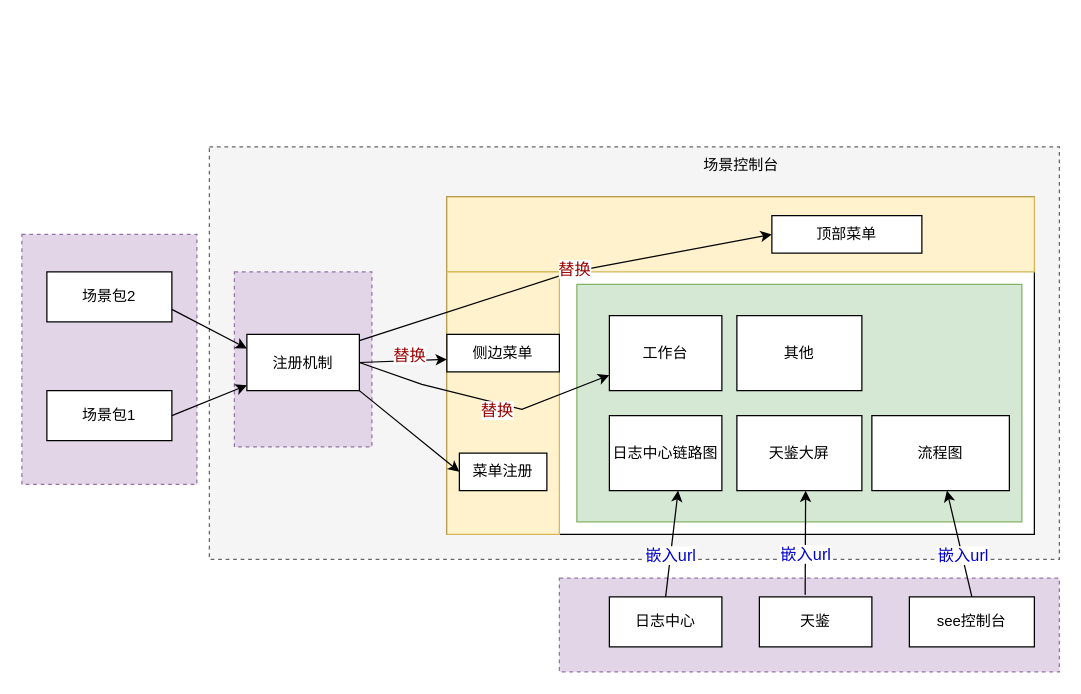
This is 未命名绘图.drawio from HeyXml/draw.io, a draw.io file, before an edit. Source tidied: cells renumbered, new cells numbered last; positions are measured from the earlier drawing's top-left corner, leaving out a move shared by most shapes. Both pictures are drawn from the tidied source at 125%, with x=0, y=0 at pixel (21, 146).
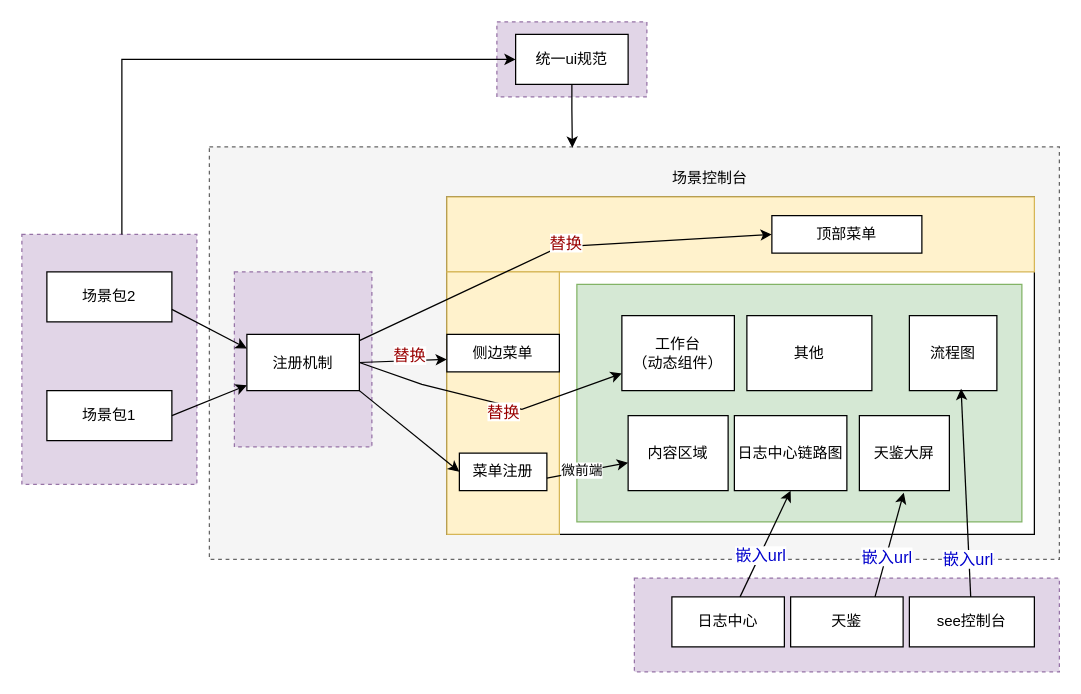
After the change.

Commit message:
更新未命名绘图.drawio

The change refers to these unchanged cells:
```xml
<mxCell id="2" style="rounded=0;whiteSpace=wrap;html=1;fillColor=#f5f5f5;strokeColor=#666666;dashed=1;fontColor=#333333;" parent="1" vertex="1">
  <mxGeometry x="150" width="680" height="330" as="geometry" />
</mxCell>
<mxCell id="7" style="rounded=0;whiteSpace=wrap;html=1;fillColor=#fff2cc;strokeColor=#d6b656;" parent="1" vertex="1">
  <mxGeometry x="340" y="40" width="470" height="60" as="geometry" />
</mxCell>
<mxCell id="27" value="see控制台" style="rounded=0;whiteSpace=wrap;html=1;" parent="1" vertex="1">
  <mxGeometry x="710" y="360" width="100" height="40" as="geometry" />
</mxCell>
```

Diff of the diagram source:
```diff
@@
+    <mxCell id="40" style="rounded=0;whiteSpace=wrap;html=1;dashed=1;fillColor=#e1d5e7;strokeColor=#9673a6;" parent="1" vertex="1">
+      <mxGeometry x="380" y="-100" width="120" height="60" as="geometry" />
+    </mxCell>
@@
     <mxCell id="3" style="rounded=0;whiteSpace=wrap;html=1;fillColor=#e1d5e7;strokeColor=#9673a6;dashed=1;" parent="1" vertex="1">
-      <mxGeometry x="430" y="345" width="400" height="75" as="geometry" />
+      <mxGeometry x="490" y="345" width="340" height="75" as="geometry" />
     </mxCell>
@@
     <mxCell id="15" style="endArrow=classic;html=1;rounded=0;exitX=0.5;exitY=1;exitDx=0;exitDy=0;entryX=0.553;entryY=0.5;entryDx=0;entryDy=0;entryPerimeter=0;" parent="1" edge="1" target="7">
       <mxGeometry relative="1" as="geometry">
         <mxPoint x="270" y="155" as="sourcePoint" />
         <Array as="points">
-          <mxPoint x="440" y="100" />
+          <mxPoint x="430" y="80" />
         </Array>
       </mxGeometry>
     </mxCell>
@@
-    <mxCell id="20" value="工作台" style="rounded=0;whiteSpace=wrap;html=1;" parent="1" vertex="1">
-      <mxGeometry x="470" y="135" width="90" height="60" as="geometry" />
+    <mxCell id="20" value="工作台&lt;br&gt;（动态组件）" style="rounded=0;whiteSpace=wrap;html=1;" parent="1" vertex="1">
+      <mxGeometry x="480" y="135" width="90" height="60" as="geometry" />
     </mxCell>
@@
     <mxCell id="26" value="流程图" style="rounded=0;whiteSpace=wrap;html=1;" parent="1" vertex="1">
-      <mxGeometry x="680" y="215" width="110" height="60" as="geometry" />
+      <mxGeometry x="710" y="135" width="70" height="60" as="geometry" />
     </mxCell>
@@
-    <mxCell id="28" style="endArrow=classic;html=1;rounded=0;exitX=0.5;exitY=0;exitDx=0;exitDy=0;" parent="1" edge="1" source="27">
-      <mxGeometry relative="1" as="geometry">
-        <mxPoint x="740" y="275" as="targetPoint" />
-      </mxGeometry>
+    <mxCell id="28" style="endArrow=classic;html=1;rounded=0;entryX=0.591;entryY=0.974;entryDx=0;entryDy=0;entryPerimeter=0;" parent="1" edge="1" source="27" target="26">
+      <mxGeometry relative="1" as="geometry" />
     </mxCell>
     <mxCell id="29" value="嵌入url" style="edgeLabel;html=1;align=center;verticalAlign=middle;fontSize=13;fontColor=#0000CC;" parent="28" vertex="1">
-      <mxGeometry x="-0.21" relative="1" as="geometry" />
+      <mxGeometry x="-0.21" relative="1" as="geometry">
+        <mxPoint y="35" as="offset" />
+      </mxGeometry>
     </mxCell>
     <mxCell id="30" value="日志中心链路图" style="rounded=0;whiteSpace=wrap;html=1;" parent="1" vertex="1">
-      <mxGeometry x="470" y="215" width="90" height="60" as="geometry" />
+      <mxGeometry x="570" y="215" width="90" height="60" as="geometry" />
     </mxCell>
     <mxCell id="31" value="日志中心" style="rounded=0;whiteSpace=wrap;html=1;" parent="1" vertex="1">
-      <mxGeometry x="470" y="360" width="90" height="40" as="geometry" />
+      <mxGeometry x="520" y="360" width="90" height="40" as="geometry" />
     </mxCell>
-    <mxCell id="32" style="endArrow=classic;html=1;rounded=0;exitX=0.5;exitY=0;exitDx=0;exitDy=0;entryX=1;entryY=0.5;entryDx=0;entryDy=0;" parent="1" edge="1" source="31">
-      <mxGeometry relative="1" as="geometry">
-        <mxPoint x="525" y="275" as="targetPoint" />
-      </mxGeometry>
+    <mxCell id="32" style="endArrow=classic;html=1;rounded=0;entryX=0.5;entryY=1;entryDx=0;entryDy=0;" parent="1" edge="1" source="31" target="30">
+      <mxGeometry relative="1" as="geometry" />
     </mxCell>
@@
     <mxCell id="34" value="天鉴" style="rounded=0;whiteSpace=wrap;html=1;" parent="1" vertex="1">
-      <mxGeometry x="590" y="360" width="90" height="40" as="geometry" />
+      <mxGeometry x="615" y="360" width="90" height="40" as="geometry" />
     </mxCell>
     <mxCell id="35" value="天鉴大屏" style="rounded=0;whiteSpace=wrap;html=1;" parent="1" vertex="1">
-      <mxGeometry x="572" y="215" width="100" height="60" as="geometry" />
+      <mxGeometry x="670" y="215" width="72" height="60" as="geometry" />
     </mxCell>
     <mxCell id="36" value="其他" style="rounded=0;whiteSpace=wrap;html=1;" parent="1" vertex="1">
-      <mxGeometry x="572" y="135" width="100" height="60" as="geometry" />
+      <mxGeometry x="580" y="135" width="100" height="60" as="geometry" />
     </mxCell>
-    <mxCell id="37" style="endArrow=classic;html=1;rounded=0;exitX=0.407;exitY=-0.04;exitDx=0;exitDy=0;entryX=1;entryY=0.5;entryDx=0;entryDy=0;exitPerimeter=0;" parent="1" edge="1" source="34">
+    <mxCell id="37" style="endArrow=classic;html=1;rounded=0;entryX=1;entryY=0.5;entryDx=0;entryDy=0;exitX=0.75;exitY=0;exitDx=0;exitDy=0;" parent="1" edge="1" source="34">
       <mxGeometry relative="1" as="geometry">
-        <mxPoint x="627" y="275" as="targetPoint" />
+        <mxPoint x="705.5" y="276.6" as="targetPoint" />
       </mxGeometry>
     </mxCell>
@@
     <mxCell id="39" value="场景控制台" style="text;html=1;align=center;verticalAlign=middle;strokeColor=none;fillColor=none;" parent="1" vertex="1">
-      <mxGeometry x="535" width="80" height="30" as="geometry" />
+      <mxGeometry x="510" y="10" width="80" height="30" as="geometry" />
     </mxCell>
+    <mxCell id="41" value="内容区域" style="rounded=0;whiteSpace=wrap;html=1;" parent="1" vertex="1">
+      <mxGeometry x="485" y="215" width="80" height="60" as="geometry" />
+    </mxCell>
+    <mxCell id="42" style="endArrow=classic;html=1;rounded=0;" parent="1" edge="1" target="41">
+      <mxGeometry relative="1" as="geometry">
+        <mxPoint x="420" y="265" as="sourcePoint" />
+      </mxGeometry>
+    </mxCell>
+    <mxCell id="43" value="微前端" style="edgeLabel;html=1;align=center;verticalAlign=middle;" parent="42" vertex="1">
+      <mxGeometry x="-0.15" y="1" relative="1" as="geometry" />
+    </mxCell>
+    <mxCell id="44" value="统一ui规范" style="rounded=0;whiteSpace=wrap;html=1;" parent="1" vertex="1">
+      <mxGeometry x="395" y="-90" width="90" height="40" as="geometry" />
+    </mxCell>
+    <mxCell id="45" style="endArrow=classic;html=1;rounded=0;entryX=0;entryY=0.5;entryDx=0;entryDy=0;" parent="1" edge="1" target="44">
+      <mxGeometry relative="1" as="geometry">
+        <mxPoint x="80" y="70" as="sourcePoint" />
+        <Array as="points">
+          <mxPoint x="80" y="-70" />
+        </Array>
+      </mxGeometry>
+    </mxCell>
+    <mxCell id="46" style="endArrow=classic;html=1;rounded=0;exitX=0.5;exitY=1;exitDx=0;exitDy=0;entryX=0.427;entryY=0.002;entryDx=0;entryDy=0;entryPerimeter=0;" parent="1" edge="1" source="44" target="2">
+      <mxGeometry relative="1" as="geometry">
+        <Array as="points">
+          <mxPoint x="440" y="-30" />
+        </Array>
+      </mxGeometry>
+    </mxCell>
```
